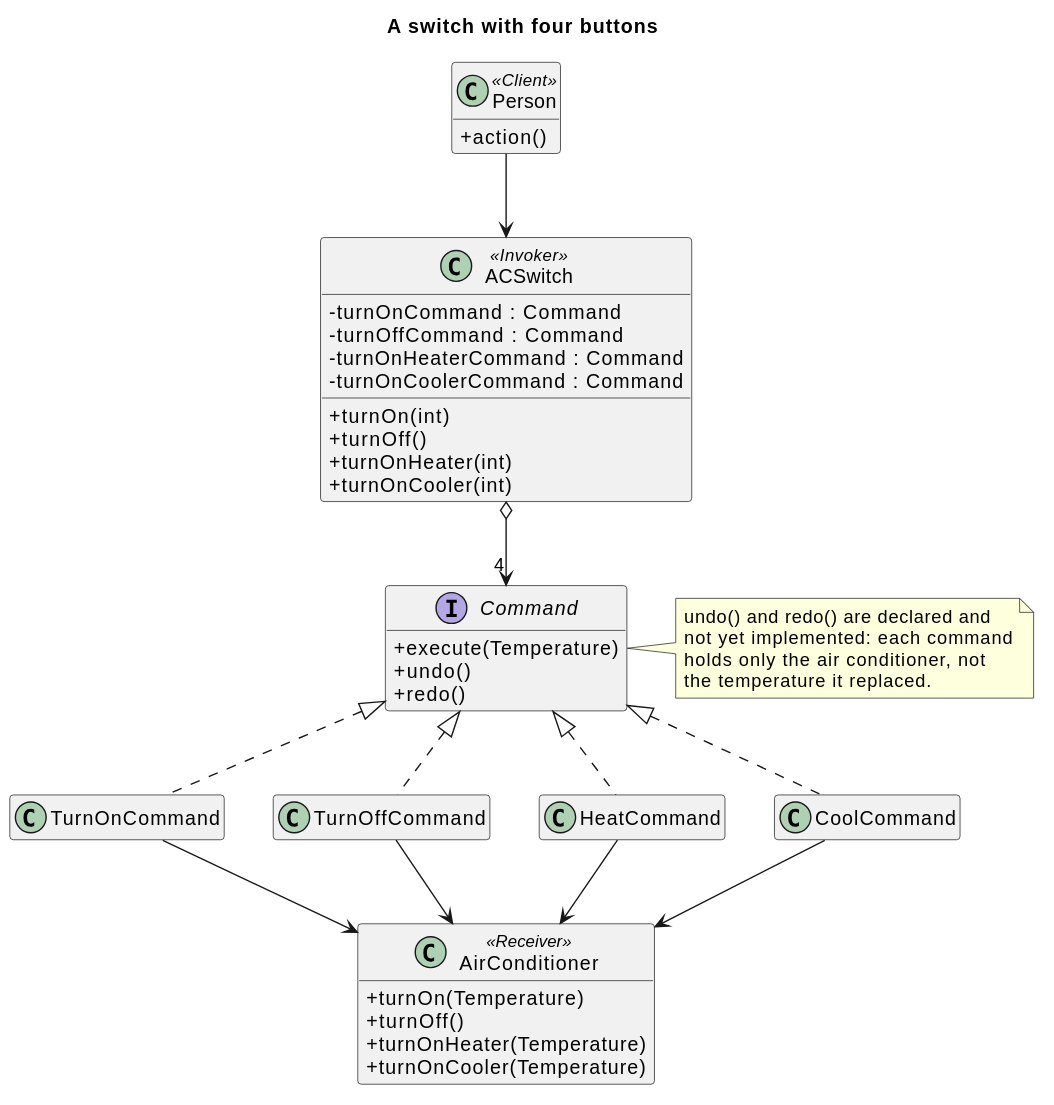
The PlantUML diagram src/main/java/dev/kaldiroglu/dp/behavioral/command/ac/uml/Command - Air Conditioner - Class Diagram.svg in kaldiroglu/DesignPatternsWithJava, before a commit.
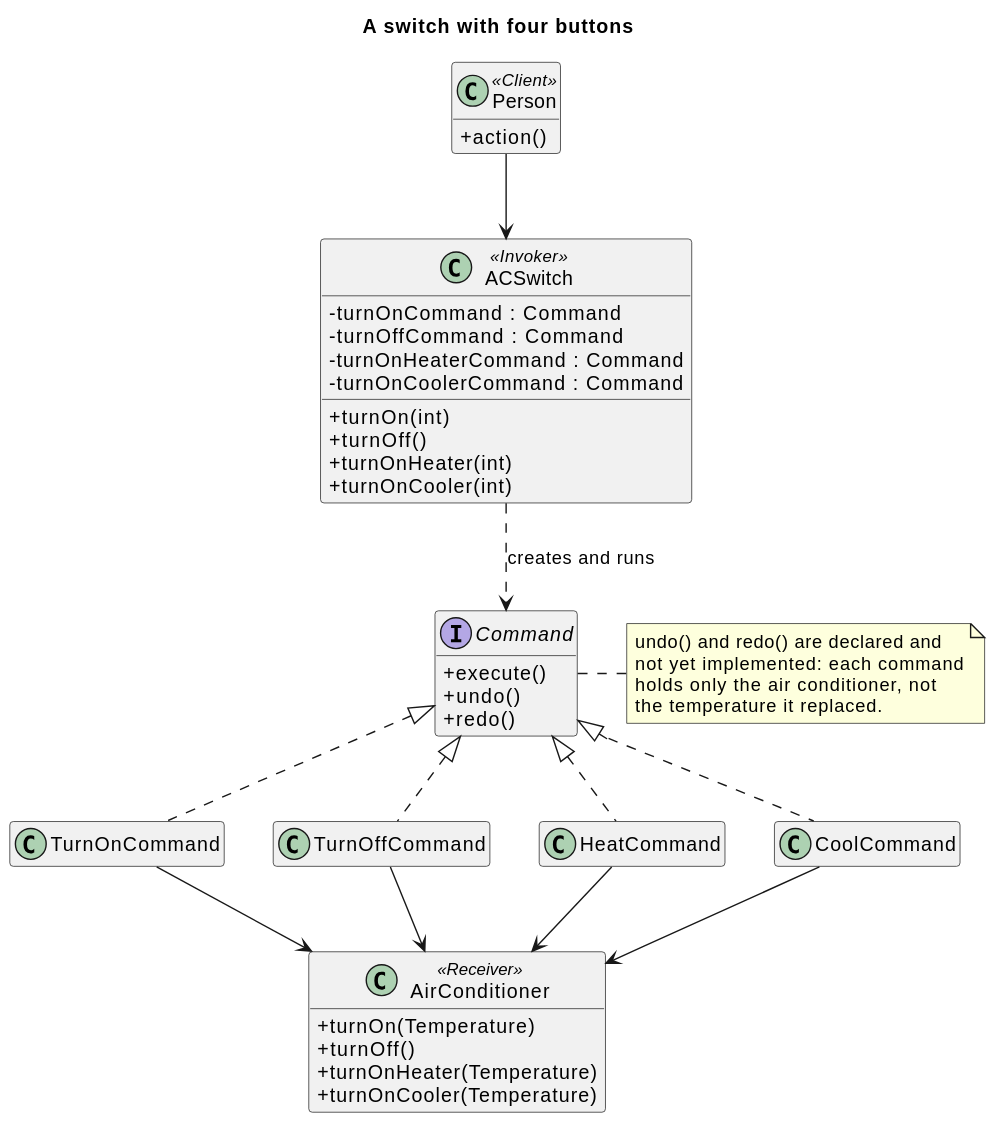
The same diagram one commit later.

Diff of the diagram source:
```diff
@@ -1,4 +1,5 @@
 @startuml
+skinparam linetype polyline
 skinparam classAttributeIconSize 0
 hide empty members
 title A switch with four buttons
@@ -17,7 +18,7 @@
   + turnOnCooler(int)
 }
 interface Command {
-  + execute(Temperature)
+  + execute()
   + undo()
   + redo()
 }
@@ -32,16 +33,10 @@
   + turnOnCooler(Temperature)
 }
 
-Person --> ACSwitch
-ACSwitch o--> "4" Command
 Command <|.. TurnOnCommand
 Command <|.. TurnOffCommand
 Command <|.. HeatCommand
 Command <|.. CoolCommand
-TurnOnCommand --> AirConditioner
-TurnOffCommand --> AirConditioner
-HeatCommand --> AirConditioner
-CoolCommand --> AirConditioner
 
 note right of Command
   undo() and redo() are declared and
@@ -49,4 +44,10 @@
   holds only the air conditioner, not
   the temperature it replaced.
 end note
+Person --> ACSwitch
+ACSwitch ..> Command : creates and runs
+TurnOnCommand --> AirConditioner
+TurnOffCommand --> AirConditioner
+HeatCommand --> AirConditioner
+CoolCommand --> AirConditioner
 @enduml
```
